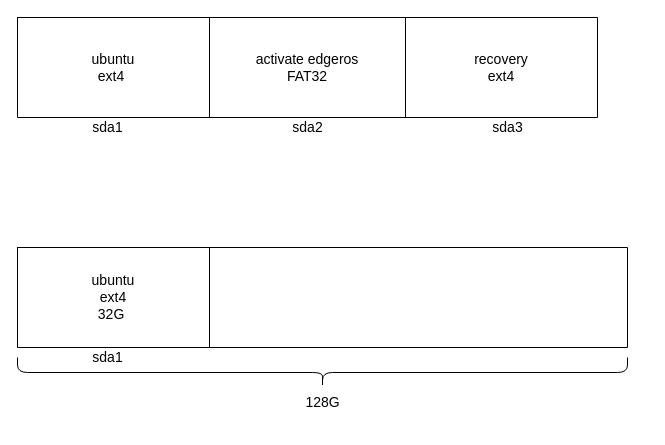
Earlier version of the draw.io diagram 工业爱智ghost磁盘分区.drawio (SongXiaoLongg/DrawIO). Source tidied: cells renumbered, new cells numbered last; positions are measured from the earlier drawing's top-left corner, leaving out a move shared by most shapes. Both pictures are drawn from the tidied source at 100%, with x=0, y=0 at pixel (17, 17).
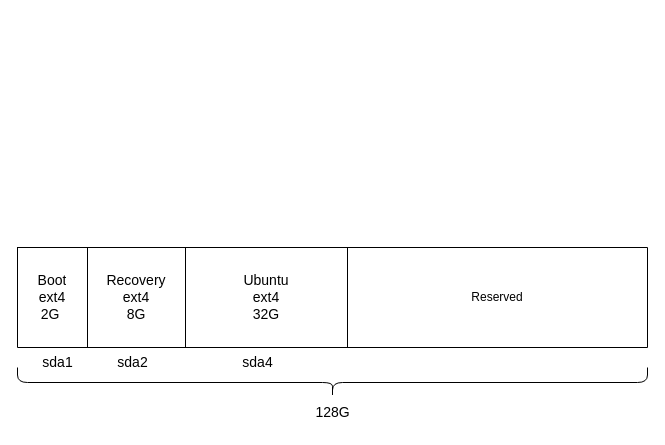
The same diagram, later.

Commit message:
更新工业爱智ghost磁盘分区.drawio

What changed in the source:
```diff
@@
 <mxGraphModel>
   <root>
     <mxCell id="0" />
     <mxCell id="1" parent="0" />
-    <mxCell id="2" style="shape=table;startSize=0;childLayout=tableLayout;" parent="1" vertex="1">
-      <mxGeometry width="580" height="100" as="geometry" />
-    </mxCell>
-    <mxCell id="3" style="shape=tableRow;horizontal=0;startSize=0;swimlaneHead=0;swimlaneBody=0;top=0;left=0;bottom=0;right=0;fillColor=none;" parent="2" vertex="1">
-      <mxGeometry width="580" height="100" as="geometry" />
-    </mxCell>
-    <mxCell id="4" value="&lt;font style=&quot;font-size: 14px;&quot;&gt;ubuntu&lt;br&gt;ext4&amp;nbsp;&lt;/font&gt;" style="shape=partialRectangle;html=1;whiteSpace=wrap;overflow=hidden;fillColor=none;top=0;left=0;bottom=0;right=0;" parent="3" vertex="1">
-      <mxGeometry width="192" height="100" as="geometry" />
-    </mxCell>
-    <mxCell id="5" value="&lt;span style=&quot;font-size: 14px;&quot;&gt;activate edgeros&lt;/span&gt;&lt;br style=&quot;font-size: 14px;&quot;&gt;&lt;span style=&quot;font-size: 14px;&quot;&gt;FAT32&lt;/span&gt;" style="shape=partialRectangle;html=1;whiteSpace=wrap;overflow=hidden;fillColor=none;top=0;left=0;bottom=0;right=0;" parent="3" vertex="1">
-      <mxGeometry x="192" width="196" height="100" as="geometry" />
-    </mxCell>
-    <mxCell id="6" value="&lt;font style=&quot;font-size: 14px;&quot;&gt;recovery&lt;br&gt;ext4&lt;br&gt;&lt;/font&gt;" style="shape=partialRectangle;html=1;whiteSpace=wrap;overflow=hidden;fillColor=none;top=0;left=0;bottom=0;right=0;" parent="3" vertex="1">
-      <mxGeometry x="388" width="192" height="100" as="geometry" />
-    </mxCell>
-    <mxCell id="7" value="sda1" style="text;html=1;align=center;verticalAlign=middle;strokeColor=none;fillColor=none;fontSize=14;" parent="1" vertex="1">
-      <mxGeometry x="65" y="95" width="50" height="30" as="geometry" />
-    </mxCell>
-    <mxCell id="8" value="sda2" style="text;html=1;align=center;verticalAlign=middle;strokeColor=none;fillColor=none;fontSize=14;" parent="1" vertex="1">
-      <mxGeometry x="265" y="95" width="50" height="30" as="geometry" />
-    </mxCell>
-    <mxCell id="9" value="sda3" style="text;html=1;align=center;verticalAlign=middle;strokeColor=none;fillColor=none;fontSize=14;" parent="1" vertex="1">
-      <mxGeometry x="465" y="95" width="50" height="30" as="geometry" />
-    </mxCell>
     <mxCell id="10" style="shape=table;startSize=0;childLayout=tableLayout;" parent="1" vertex="1">
-      <mxGeometry y="230" width="610" height="100" as="geometry" />
+      <mxGeometry y="230" width="630" height="100" as="geometry" />
     </mxCell>
     <mxCell id="11" style="shape=tableRow;horizontal=0;startSize=0;swimlaneHead=0;swimlaneBody=0;top=0;left=0;bottom=0;right=0;fillColor=none;" parent="10" vertex="1">
-      <mxGeometry width="610" height="100" as="geometry" />
+      <mxGeometry width="630" height="100" as="geometry" />
     </mxCell>
-    <mxCell id="12" value="&lt;font style=&quot;font-size: 14px;&quot;&gt;ubuntu&lt;br&gt;ext4&lt;br&gt;32G&amp;nbsp;&lt;/font&gt;" style="shape=partialRectangle;html=1;whiteSpace=wrap;overflow=hidden;fillColor=none;top=0;left=0;bottom=0;right=0;" parent="11" vertex="1">
-      <mxGeometry width="192" height="100" as="geometry" />
+    <mxCell id="12" value="&lt;font style=&quot;font-size: 14px;&quot;&gt;Boot&lt;br&gt;ext4&lt;br&gt;2G&amp;nbsp;&lt;/font&gt;" style="shape=partialRectangle;html=1;whiteSpace=wrap;overflow=hidden;fillColor=none;top=0;left=0;bottom=0;right=0;" parent="11" vertex="1">
+      <mxGeometry width="70" height="100" as="geometry" />
     </mxCell>
+    <mxCell id="17" value="&lt;font style=&quot;font-size: 14px;&quot;&gt;Recovery&lt;br&gt;ext4&lt;br&gt;8G&lt;/font&gt;" style="shape=partialRectangle;html=1;whiteSpace=wrap;overflow=hidden;fillColor=none;top=0;left=0;bottom=0;right=0;" parent="11" vertex="1">
+      <mxGeometry x="70" width="98" height="100" as="geometry" />
+    </mxCell>
+    <mxCell id="18" value="&lt;font style=&quot;font-size: 14px;&quot;&gt;Ubuntu&lt;br&gt;ext4&lt;br&gt;32G&lt;/font&gt;" style="shape=partialRectangle;html=1;whiteSpace=wrap;overflow=hidden;fillColor=none;top=0;left=0;bottom=0;right=0;" parent="11" vertex="1">
+      <mxGeometry x="168" width="162" height="100" as="geometry" />
+    </mxCell>
-    <mxCell id="13" style="shape=partialRectangle;html=1;whiteSpace=wrap;overflow=hidden;fillColor=none;top=0;left=0;bottom=0;right=0;" parent="11" vertex="1">
-      <mxGeometry x="192" width="418" height="100" as="geometry" />
+    <mxCell id="13" value="Reserved" style="shape=partialRectangle;html=1;whiteSpace=wrap;overflow=hidden;fillColor=none;top=0;left=0;bottom=0;right=0;" parent="11" vertex="1">
+      <mxGeometry x="330" width="300" height="100" as="geometry" />
     </mxCell>
     <mxCell id="14" value="sda1" style="text;html=1;align=center;verticalAlign=middle;strokeColor=none;fillColor=none;fontSize=14;" parent="1" vertex="1">
-      <mxGeometry x="65" y="325" width="50" height="30" as="geometry" />
+      <mxGeometry x="15" y="330" width="50" height="30" as="geometry" />
     </mxCell>
-    <mxCell id="15" style="shape=curlyBracket;whiteSpace=wrap;html=1;rounded=1;flipH=1;fontSize=14;rotation=90;" parent="1" vertex="1">
-      <mxGeometry x="290" y="50" width="30" height="610" as="geometry" />
+    <mxCell id="15" style="shape=curlyBracket;whiteSpace=wrap;html=1;rounded=1;flipH=1;fontSize=14;rotation=90;size=0.5;" parent="1" vertex="1">
+      <mxGeometry x="300" y="50" width="30" height="630" as="geometry" />
     </mxCell>
     <mxCell id="16" value="128G" style="text;html=1;align=center;verticalAlign=middle;strokeColor=none;fillColor=none;fontSize=14;" parent="1" vertex="1">
-      <mxGeometry x="275" y="370" width="60" height="30" as="geometry" />
+      <mxGeometry x="285" y="380" width="60" height="30" as="geometry" />
     </mxCell>
+    <mxCell id="8" value="sda2" style="text;html=1;align=center;verticalAlign=middle;strokeColor=none;fillColor=none;fontSize=14;" parent="1" vertex="1">
+      <mxGeometry x="90" y="330" width="50" height="30" as="geometry" />
+    </mxCell>
+    <mxCell id="19" value="sda4" style="text;html=1;align=center;verticalAlign=middle;strokeColor=none;fillColor=none;fontSize=14;" parent="1" vertex="1">
+      <mxGeometry x="215" y="330" width="50" height="30" as="geometry" />
+    </mxCell>
   </root>
 </mxGraphModel>
```
